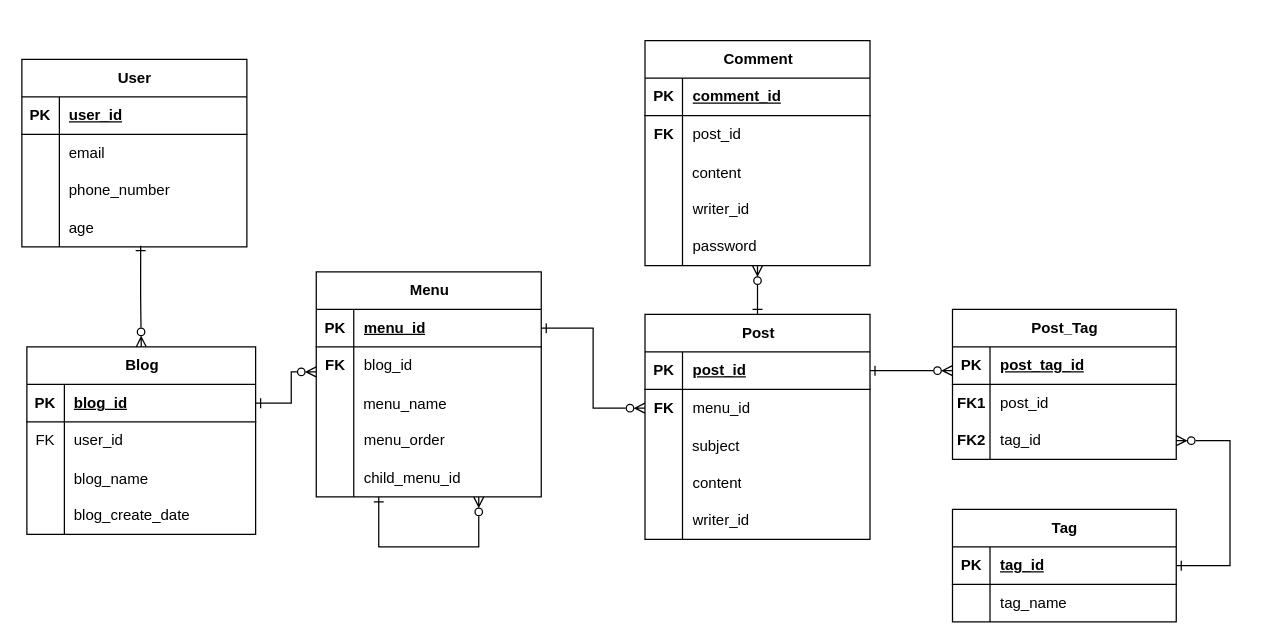
CodingToastBread/jpa-hibernate-playground keeps this draw.io diagram as src/main/resources/META-INF/sql/blog_web/blog_website_ERD.drawio. Above is the earlier version. Source tidied: cells renumbered, new cells numbered last; positions are measured from the earlier drawing's top-left corner, leaving out a move shared by most shapes. Both pictures are drawn from the tidied source at 125%, with x=0, y=0 at pixel (21, 40).
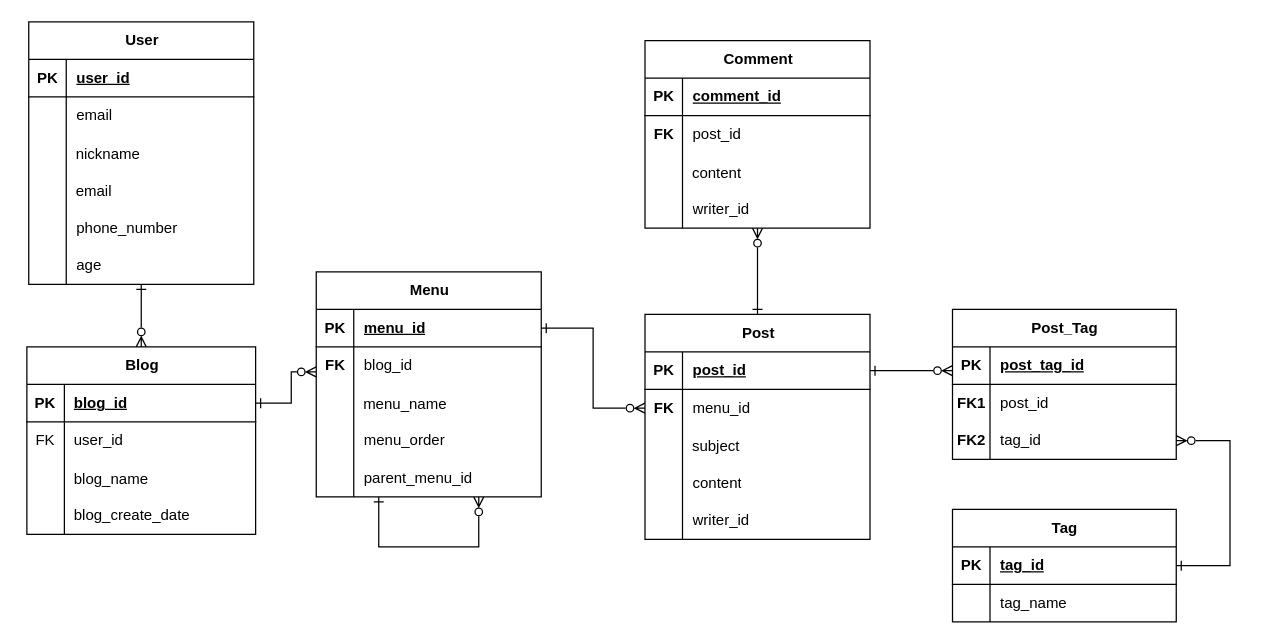
After the change.

Commit message (it also covers changes not shown here):
more fix for blog sample

Unchanged cells that the change refers to:
```xml
<mxCell id="15" value="Blog" style="shape=table;startSize=30;childLayout=tableLayout;rowLines=0;fontStyle=1;align=center;html=1;" parent="1" vertex="1">
  <mxGeometry x="4" y="245" width="183" height="150" as="geometry" />
</mxCell>
<mxCell id="57" style="shape=tableRow;horizontal=0;startSize=0;swimlaneHead=0;swimlaneBody=0;fillColor=none;top=0;left=0;right=0;bottom=0;" parent="44" vertex="1">
  <mxGeometry y="150" width="180" height="30" as="geometry" />
</mxCell>
```

Diff of the diagram source:
```diff
@@
     <mxCell id="2" value="User" style="shape=table;startSize=30;childLayout=tableLayout;rowLines=0;fontStyle=1;align=center;html=1;" parent="1" vertex="1">
-      <mxGeometry y="15" width="180" height="150" as="geometry" />
+      <mxGeometry x="5.5" y="-15" width="180" height="210" as="geometry" />
     </mxCell>
@@
+    <mxCell id="100" style="shape=tableRow;horizontal=0;startSize=0;swimlaneHead=0;swimlaneBody=0;fillColor=none;top=0;left=0;right=0;bottom=0;" parent="2" vertex="1">
+      <mxGeometry y="90" width="180" height="30" as="geometry" />
+    </mxCell>
+    <mxCell id="101" style="shape=partialRectangle;fillColor=none;top=0;left=0;bottom=0;right=0;overflow=hidden;" parent="100" vertex="1">
+      <mxGeometry width="30" height="30" as="geometry" />
+    </mxCell>
+    <mxCell id="102" value="nickname" style="shape=partialRectangle;fillColor=none;top=0;left=0;bottom=0;right=0;align=left;spacingLeft=6;overflow=hidden;" parent="100" vertex="1">
+      <mxGeometry x="30" width="150" height="30" as="geometry" />
+    </mxCell>
+    <mxCell id="103" style="shape=tableRow;horizontal=0;startSize=0;swimlaneHead=0;swimlaneBody=0;fillColor=none;top=0;left=0;right=0;bottom=0;" parent="2" vertex="1">
+      <mxGeometry y="120" width="180" height="30" as="geometry" />
+    </mxCell>
+    <mxCell id="104" style="shape=partialRectangle;fillColor=none;top=0;left=0;bottom=0;right=0;overflow=hidden;" parent="103" vertex="1">
+      <mxGeometry width="30" height="30" as="geometry" />
+    </mxCell>
+    <mxCell id="105" value="email" style="shape=partialRectangle;fillColor=none;top=0;left=0;bottom=0;right=0;align=left;spacingLeft=6;overflow=hidden;" parent="103" vertex="1">
+      <mxGeometry x="30" width="150" height="30" as="geometry" />
+    </mxCell>
     <mxCell id="9" style="shape=tableRow;horizontal=0;startSize=0;swimlaneHead=0;swimlaneBody=0;fillColor=none;top=0;left=0;right=0;bottom=0;" parent="2" vertex="1">
-      <mxGeometry y="90" width="180" height="30" as="geometry" />
+      <mxGeometry y="150" width="180" height="30" as="geometry" />
     </mxCell>
@@
     <mxCell id="12" style="shape=tableRow;horizontal=0;startSize=0;swimlaneHead=0;swimlaneBody=0;fillColor=none;points=[[0,0.5],[1,0.5]];portConstraint=eastwest;top=0;left=0;right=0;bottom=0;" parent="2" vertex="1">
-      <mxGeometry y="120" width="180" height="30" as="geometry" />
+      <mxGeometry y="180" width="180" height="30" as="geometry" />
     </mxCell>
@@
     <mxCell id="28" value="Comment" style="shape=table;startSize=30;childLayout=tableLayout;rowLines=0;fontStyle=1;align=center;html=1;" parent="1" vertex="1">
-      <mxGeometry x="498.5" width="180" height="180" as="geometry" />
+      <mxGeometry x="498.5" width="180" height="150" as="geometry" />
     </mxCell>
@@
-    <mxCell id="41" style="shape=tableRow;horizontal=0;startSize=0;swimlaneHead=0;swimlaneBody=0;fillColor=none;top=0;left=0;right=0;bottom=0;" parent="28" vertex="1">
-      <mxGeometry y="150" width="180" height="30" as="geometry" />
-    </mxCell>
-    <mxCell id="42" style="shape=partialRectangle;fillColor=none;top=0;left=0;bottom=0;right=0;overflow=hidden;whiteSpace=wrap;html=1;" parent="41" vertex="1">
-      <mxGeometry width="30" height="30" as="geometry" />
-    </mxCell>
-    <mxCell id="43" value="password" style="shape=partialRectangle;fillColor=none;top=0;left=0;bottom=0;right=0;align=left;spacingLeft=6;overflow=hidden;whiteSpace=wrap;html=1;" parent="41" vertex="1">
-      <mxGeometry x="30" width="150" height="30" as="geometry" />
-    </mxCell>
@@
-    <mxCell id="59" value="child_menu_id" style="shape=partialRectangle;fillColor=none;top=0;left=0;bottom=0;right=0;align=left;spacingLeft=6;overflow=hidden;whiteSpace=wrap;html=1;" parent="57" vertex="1">
+    <mxCell id="59" value="parent_menu_id" style="shape=partialRectangle;fillColor=none;top=0;left=0;bottom=0;right=0;align=left;spacingLeft=6;overflow=hidden;whiteSpace=wrap;html=1;" parent="57" vertex="1">
       <mxGeometry x="30" width="150" height="30" as="geometry" />
     </mxCell>
@@
-    <mxCell id="76" style="edgeStyle=orthogonalEdgeStyle;rounded=0;jettySize=auto;html=1;endArrow=ERzeroToMany;endFill=0;exitX=0.528;exitY=0.967;exitDx=0;exitDy=0;startArrow=ERone;startFill=0;exitPerimeter=0;entryX=0.5;entryY=0;entryDx=0;entryDy=0;elbow=vertical;" parent="1" edge="1" source="12" target="15">
+    <mxCell id="76" style="edgeStyle=orthogonalEdgeStyle;rounded=0;jettySize=auto;html=1;endArrow=ERzeroToMany;endFill=0;startArrow=ERone;startFill=0;entryX=0.5;entryY=0;entryDx=0;entryDy=0;elbow=vertical;" parent="1" edge="1" source="2" target="15">
       <mxGeometry relative="1" as="geometry" />
     </mxCell>
```
